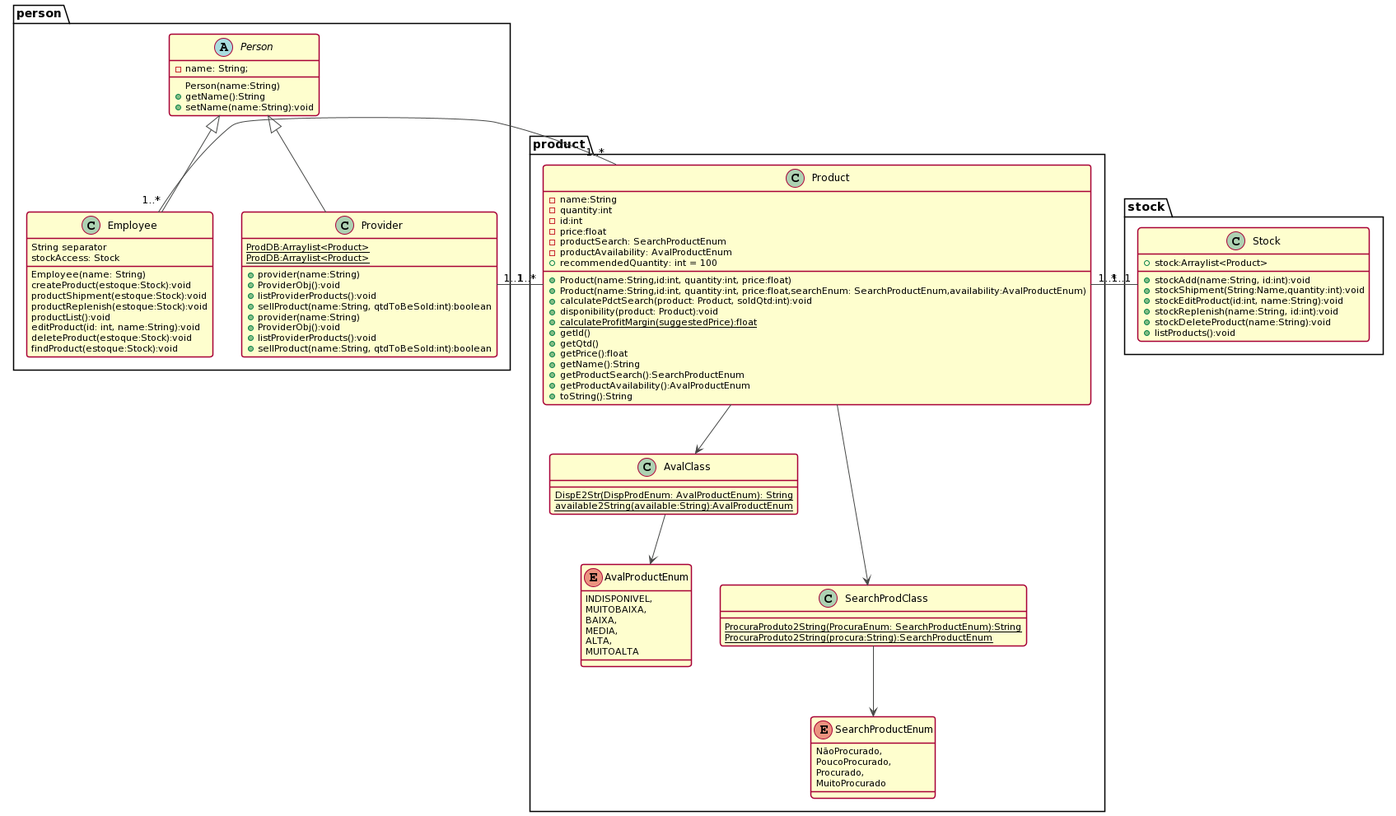
This is img/diagramaUML.png from larasouzabr/StockControlSystemPOO, a PlantUML export, as it was before one commit.
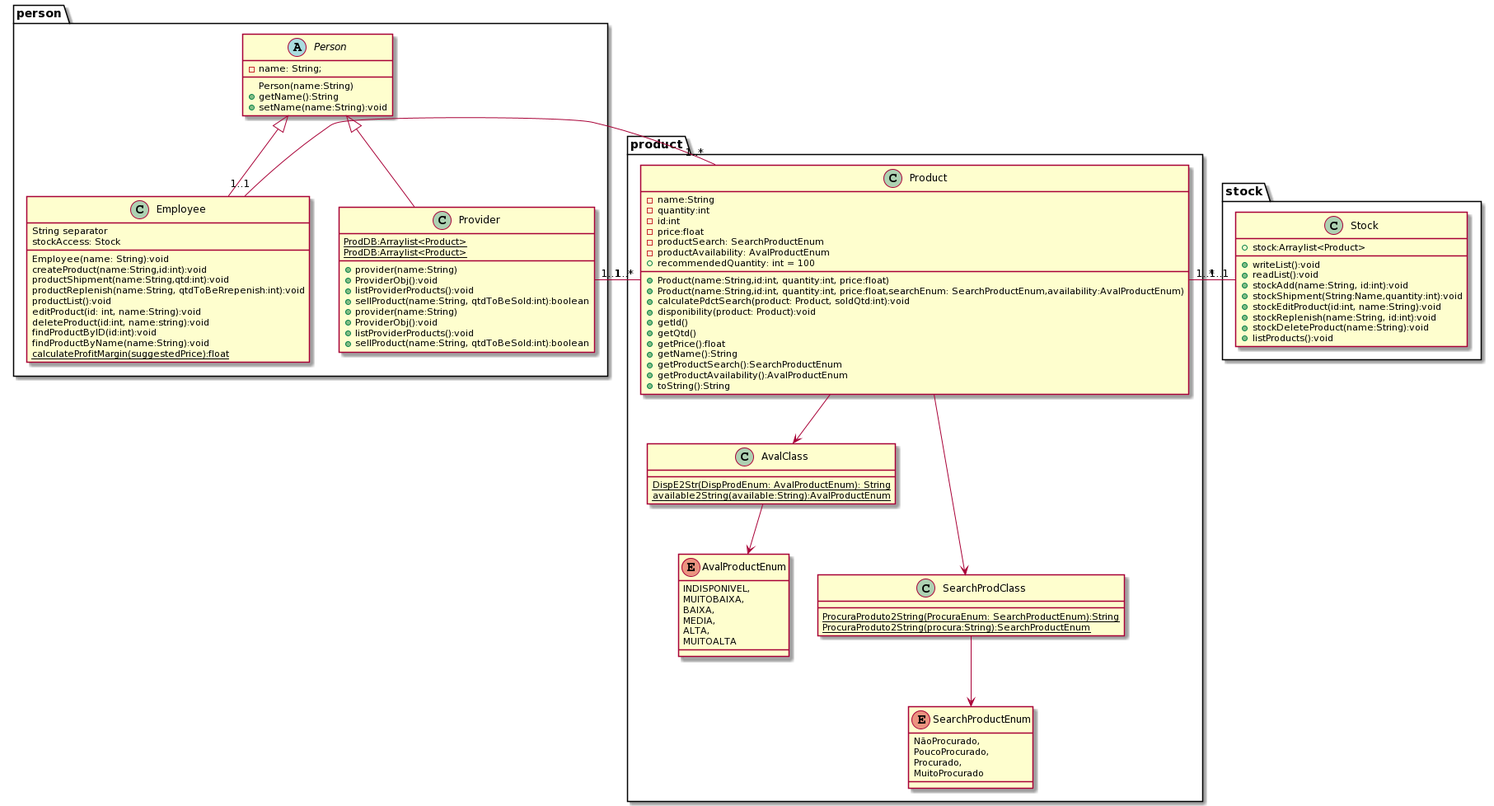
The same diagram one commit later.

Diff of the diagram source:
```diff
@@ -1,5 +1,4 @@
 @startuml
-!theme vibrant
 package product{
 Product --> AvalClass
 Product --->SearchProdClass
@@ -9,7 +8,7 @@
 package person{
 Person <|-- Employee
 Person <|-- Provider
-Employee "1..*" - "1..*" Product
+Employee "1..1" - "1..*" Product
 Provider "1..1" - "1..*" Product
 }
 package stock{
@@ -26,14 +25,16 @@
 class Employee{
   String separator
   stockAccess: Stock
-  Employee(name: String)
-  createProduct(estoque:Stock):void
-  productShipment(estoque:Stock):void
-  productReplenish(estoque:Stock):void
-  productList():void
-  editProduct(id: int, name:String):void
-  deleteProduct(estoque:Stock):void
-  findProduct(estoque:Stock):void
+  Employee(name: String):void
+  createProduct(name:String,id:int):void
+  productShipment(name:String,qtd:int):void
+  productReplenish(name:String, qtdToBeRrepenish:int):void
+productList():void
+editProduct(id: int, name:String):void
+deleteProduct(id:int, name:string):void
+findProductByID(id:int):void
+findProductByName(name:String):void
+{static}calculateProfitMargin(suggestedPrice):float
 
 }
 
@@ -57,7 +58,6 @@
 +Product(name:String,id:int, quantity:int, price:float,searchEnum: SearchProductEnum,availability:AvalProductEnum)
 +calculatePdctSearch(product: Product, soldQtd:int):void
 +disponibility(product: Product):void
-+{static}calculateProfitMargin(suggestedPrice):float
 +getId()
 +getQtd()
 +getPrice():float
@@ -77,6 +77,8 @@
 
 class Stock{
 +stock:Arraylist<Product>
++writeList():void
++readList():void
 +stockAdd(name:String, id:int):void
 +stockShipment(String:Name,quantity:int):void
 +stockEditProduct(id:int, name:String):void
```
